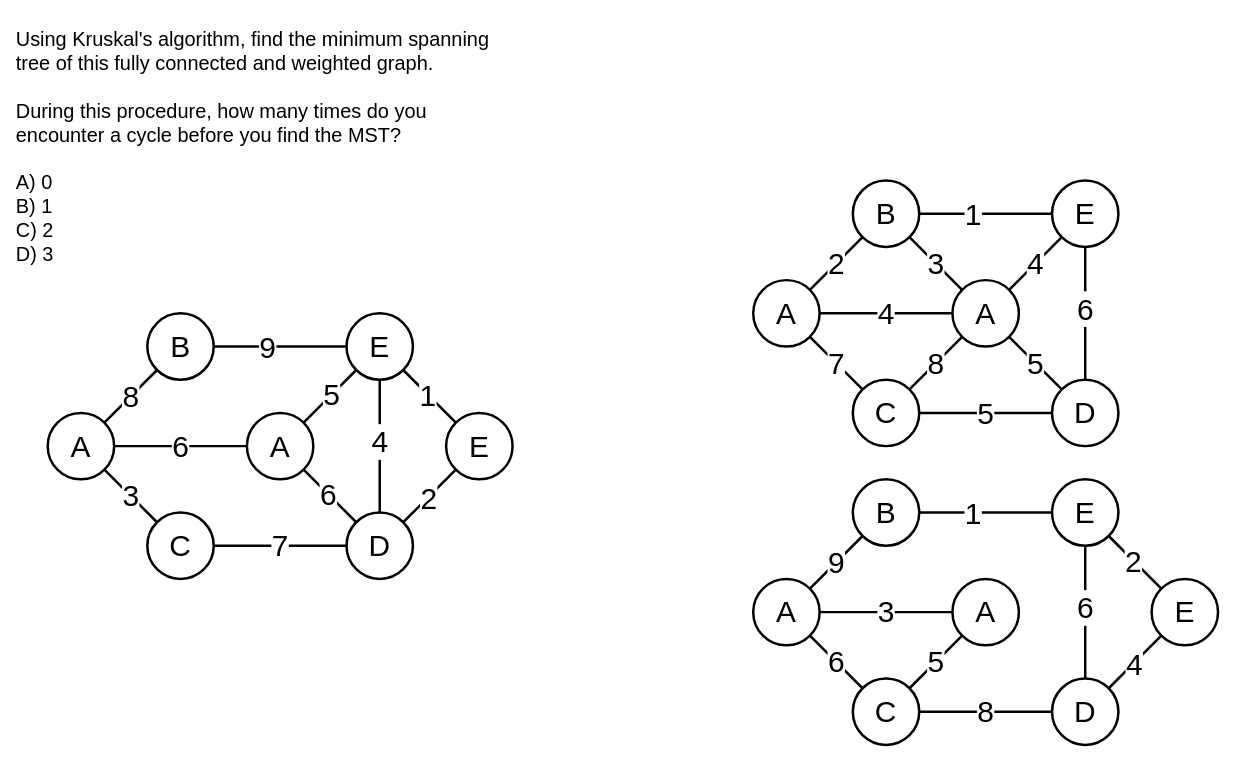
Earlier version of the draw.io diagram page "Page-2" (2 of 3) of comp2521-rev-dikjstra-q.drawio (Allynixtor/comp1511-23T3-revision-session). Source tidied: cells renumbered, new cells numbered last; positions are measured from the earlier drawing's top-left corner, leaving out a move shared by most shapes. Both pictures are drawn from the tidied source at 83%, with x=0, y=0 at pixel (14, 14).
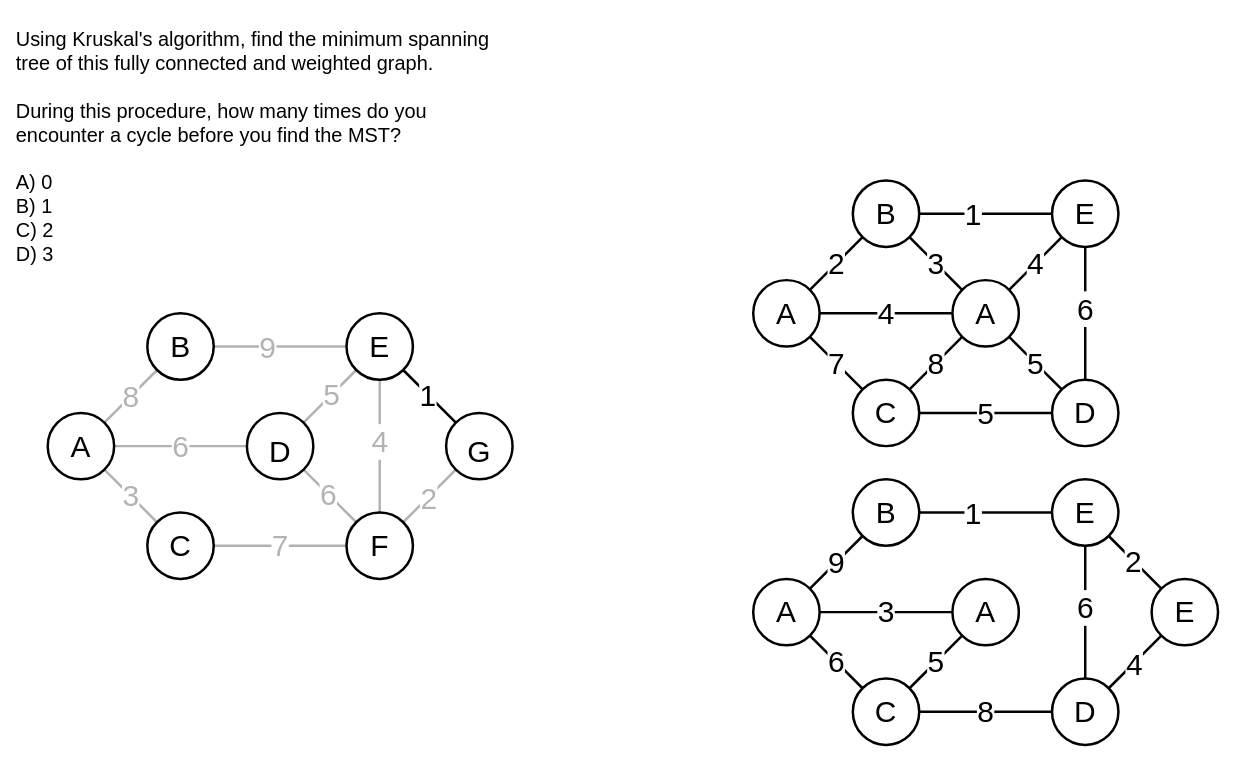
The same page after the edit.

Commit message:
update kruskal question

The change refers to these unchanged cells:
```xml
<mxCell id="41" value="&lt;font style=&quot;font-size: 36px;&quot;&gt;A&lt;/font&gt;" style="ellipse;whiteSpace=wrap;html=1;strokeWidth=3;" parent="1" vertex="1">
  <mxGeometry x="40" y="480" width="80" height="80" as="geometry" />
</mxCell>
<mxCell id="42" value="&lt;font style=&quot;font-size: 36px;&quot;&gt;B&lt;/font&gt;" style="ellipse;whiteSpace=wrap;html=1;strokeWidth=3;" parent="1" vertex="1">
  <mxGeometry x="160" y="360" width="80" height="80" as="geometry" />
</mxCell>
<mxCell id="43" value="&lt;font style=&quot;font-size: 36px;&quot;&gt;E&lt;/font&gt;" style="ellipse;whiteSpace=wrap;html=1;strokeWidth=3;" parent="1" vertex="1">
  <mxGeometry x="400" y="360" width="80" height="80" as="geometry" />
</mxCell>
<mxCell id="44" value="&lt;div&gt;&lt;font style=&quot;font-size: 36px;&quot;&gt;C&lt;/font&gt;&lt;/div&gt;" style="ellipse;whiteSpace=wrap;html=1;strokeWidth=3;" parent="1" vertex="1">
  <mxGeometry x="160" y="600" width="80" height="80" as="geometry" />
</mxCell>
```

Diff of the diagram source:
```diff
@@
-    <mxCell id="45" value="8" style="endArrow=none;html=1;rounded=0;fontSize=36;strokeWidth=3;exitX=1;exitY=0;exitDx=0;exitDy=0;entryX=0;entryY=1;entryDx=0;entryDy=0;endFill=0;startArrow=none;startFill=0;" parent="1" edge="1" source="41" target="42">
+    <mxCell id="45" value="&lt;font color=&quot;#B3B3B3&quot;&gt;8&lt;/font&gt;" style="endArrow=none;html=1;rounded=0;fontSize=36;strokeWidth=3;exitX=1;exitY=0;exitDx=0;exitDy=0;entryX=0;entryY=1;entryDx=0;entryDy=0;endFill=0;startArrow=none;startFill=0;opacity=30;" parent="1" edge="1" source="41" target="42">
       <mxGeometry relative="1" as="geometry" />
     </mxCell>
-    <mxCell id="46" style="endArrow=none;html=1;rounded=0;fontSize=36;exitX=1;exitY=0.5;exitDx=0;exitDy=0;entryX=0;entryY=0.5;entryDx=0;entryDy=0;strokeWidth=3;endFill=0;startArrow=none;startFill=0;" parent="1" edge="1" source="42" target="43">
+    <mxCell id="46" style="endArrow=none;html=1;rounded=0;fontSize=36;exitX=1;exitY=0.5;exitDx=0;exitDy=0;entryX=0;entryY=0.5;entryDx=0;entryDy=0;strokeWidth=3;endFill=0;startArrow=none;startFill=0;opacity=30;" parent="1" edge="1" source="42" target="43">
       <mxGeometry relative="1" as="geometry" />
     </mxCell>
-    <mxCell id="47" value="9" style="edgeLabel;html=1;align=center;verticalAlign=middle;fontSize=36;" parent="46" vertex="1">
+    <mxCell id="47" value="&lt;font color=&quot;#B3B3B3&quot;&gt;9&lt;/font&gt;" style="edgeLabel;html=1;align=center;verticalAlign=middle;fontSize=36;" parent="46" vertex="1">
       <mxGeometry x="-0.2" relative="1" as="geometry" />
     </mxCell>
-    <mxCell id="48" value="3" style="endArrow=none;html=1;rounded=0;fontSize=36;entryX=1;entryY=1;entryDx=0;entryDy=0;strokeWidth=3;exitX=0;exitY=0;exitDx=0;exitDy=0;startArrow=none;startFill=0;endFill=0;" parent="1" edge="1" source="44" target="41">
+    <mxCell id="48" value="&lt;font color=&quot;#B3B3B3&quot;&gt;3&lt;/font&gt;" style="endArrow=none;html=1;rounded=0;fontSize=36;entryX=1;entryY=1;entryDx=0;entryDy=0;strokeWidth=3;exitX=0;exitY=0;exitDx=0;exitDy=0;startArrow=none;startFill=0;endFill=0;opacity=30;" parent="1" edge="1" source="44" target="41">
       <mxGeometry relative="1" as="geometry" />
     </mxCell>
-    <mxCell id="49" value="&lt;font style=&quot;font-size: 36px;&quot;&gt;D&lt;/font&gt;" style="ellipse;whiteSpace=wrap;html=1;strokeWidth=3;" parent="1" vertex="1">
+    <mxCell id="49" value="&lt;font style=&quot;font-size: 36px;&quot;&gt;F&lt;/font&gt;" style="ellipse;whiteSpace=wrap;html=1;strokeWidth=3;" parent="1" vertex="1">
       <mxGeometry x="400" y="600" width="80" height="80" as="geometry" />
     </mxCell>
-    <mxCell id="50" style="endArrow=none;html=1;rounded=0;fontSize=36;entryX=0.5;entryY=1;entryDx=0;entryDy=0;strokeWidth=3;endFill=0;startArrow=none;startFill=0;exitX=0.5;exitY=0;exitDx=0;exitDy=0;" parent="1" edge="1" source="49" target="43">
+    <mxCell id="50" style="endArrow=none;html=1;rounded=0;fontSize=36;entryX=0.5;entryY=1;entryDx=0;entryDy=0;strokeWidth=3;endFill=0;startArrow=none;startFill=0;exitX=0.5;exitY=0;exitDx=0;exitDy=0;opacity=30;" parent="1" edge="1" source="49" target="43">
       <mxGeometry relative="1" as="geometry" />
     </mxCell>
-    <mxCell id="51" value="4" style="edgeLabel;html=1;align=center;verticalAlign=middle;fontSize=36;" parent="50" vertex="1">
+    <mxCell id="51" value="&lt;font color=&quot;#B3B3B3&quot;&gt;4&lt;/font&gt;" style="edgeLabel;html=1;align=center;verticalAlign=middle;fontSize=36;" parent="50" vertex="1">
       <mxGeometry x="0.07" y="1" relative="1" as="geometry" />
     </mxCell>
-    <mxCell id="52" value="&lt;font style=&quot;font-size: 36px;&quot;&gt;A&lt;/font&gt;" style="ellipse;whiteSpace=wrap;html=1;strokeWidth=3;" parent="1" vertex="1">
+    <mxCell id="52" value="&lt;br&gt;&lt;font style=&quot;font-size: 36px;&quot;&gt;D&lt;/font&gt;" style="ellipse;whiteSpace=wrap;html=1;strokeWidth=3;" parent="1" vertex="1">
       <mxGeometry x="280" y="480" width="80" height="80" as="geometry" />
     </mxCell>
-    <mxCell id="53" value="6" style="endArrow=none;html=1;rounded=0;fontSize=36;entryX=0;entryY=0.5;entryDx=0;entryDy=0;strokeWidth=3;exitX=1;exitY=0.5;exitDx=0;exitDy=0;startArrow=none;startFill=0;endFill=0;" parent="1" edge="1" source="41" target="52">
+    <mxCell id="53" value="&lt;font color=&quot;#B3B3B3&quot;&gt;6&lt;/font&gt;" style="endArrow=none;html=1;rounded=0;fontSize=36;entryX=0;entryY=0.5;entryDx=0;entryDy=0;strokeWidth=3;exitX=1;exitY=0.5;exitDx=0;exitDy=0;startArrow=none;startFill=0;endFill=0;opacity=30;" parent="1" edge="1" source="41" target="52">
       <mxGeometry relative="1" as="geometry" />
     </mxCell>
-    <mxCell id="54" value="&lt;font style=&quot;font-size: 36px;&quot;&gt;E&lt;/font&gt;" style="ellipse;whiteSpace=wrap;html=1;strokeWidth=3;" parent="1" vertex="1">
+    <mxCell id="54" value="&lt;br&gt;&lt;font style=&quot;font-size: 36px;&quot;&gt;G&lt;/font&gt;" style="ellipse;whiteSpace=wrap;html=1;strokeWidth=3;" parent="1" vertex="1">
       <mxGeometry x="520" y="480" width="80" height="80" as="geometry" />
     </mxCell>
@@
-    <mxCell id="57" style="endArrow=none;html=1;rounded=0;fontSize=36;entryX=1;entryY=0;entryDx=0;entryDy=0;strokeWidth=3;endFill=0;startArrow=none;startFill=0;exitX=0;exitY=1;exitDx=0;exitDy=0;" parent="1" edge="1" source="54" target="49">
+    <mxCell id="57" style="endArrow=none;html=1;rounded=0;fontSize=36;entryX=1;entryY=0;entryDx=0;entryDy=0;strokeWidth=3;endFill=0;startArrow=none;startFill=0;exitX=0;exitY=1;exitDx=0;exitDy=0;opacity=30;" parent="1" edge="1" source="54" target="49">
       <mxGeometry relative="1" as="geometry" />
     </mxCell>
-    <mxCell id="58" value="2" style="edgeLabel;html=1;align=center;verticalAlign=middle;fontSize=36;" parent="57" vertex="1">
+    <mxCell id="58" value="&lt;font color=&quot;#B3B3B3&quot;&gt;2&lt;/font&gt;" style="edgeLabel;html=1;align=center;verticalAlign=middle;fontSize=36;" parent="57" vertex="1">
       <mxGeometry x="0.07" y="1" relative="1" as="geometry" />
     </mxCell>
-    <mxCell id="59" value="7" style="endArrow=none;html=1;rounded=0;fontSize=36;entryX=0;entryY=0.5;entryDx=0;entryDy=0;strokeWidth=3;exitX=1;exitY=0.5;exitDx=0;exitDy=0;startArrow=none;startFill=0;endFill=0;" parent="1" edge="1" source="44" target="49">
+    <mxCell id="59" value="&lt;font color=&quot;#B3B3B3&quot;&gt;7&lt;/font&gt;" style="endArrow=none;html=1;rounded=0;fontSize=36;entryX=0;entryY=0.5;entryDx=0;entryDy=0;strokeWidth=3;exitX=1;exitY=0.5;exitDx=0;exitDy=0;startArrow=none;startFill=0;endFill=0;opacity=30;" parent="1" edge="1" source="44" target="49">
       <mxGeometry relative="1" as="geometry" />
     </mxCell>
-    <mxCell id="60" style="endArrow=none;html=1;rounded=0;fontSize=36;entryX=0;entryY=1;entryDx=0;entryDy=0;strokeWidth=3;endFill=0;startArrow=none;startFill=0;exitX=1;exitY=0;exitDx=0;exitDy=0;" parent="1" edge="1" source="52" target="43">
+    <mxCell id="60" style="endArrow=none;html=1;rounded=0;fontSize=36;entryX=0;entryY=1;entryDx=0;entryDy=0;strokeWidth=3;endFill=0;startArrow=none;startFill=0;exitX=1;exitY=0;exitDx=0;exitDy=0;opacity=30;" parent="1" edge="1" source="52" target="43">
       <mxGeometry relative="1" as="geometry" />
     </mxCell>
-    <mxCell id="61" value="5" style="edgeLabel;html=1;align=center;verticalAlign=middle;fontSize=36;" parent="60" vertex="1">
+    <mxCell id="61" value="&lt;font color=&quot;#B3B3B3&quot;&gt;5&lt;/font&gt;" style="edgeLabel;html=1;align=center;verticalAlign=middle;fontSize=36;" parent="60" vertex="1">
       <mxGeometry x="0.07" y="1" relative="1" as="geometry" />
     </mxCell>
-    <mxCell id="62" style="endArrow=none;html=1;rounded=0;fontSize=36;entryX=1;entryY=1;entryDx=0;entryDy=0;strokeWidth=3;endFill=0;startArrow=none;startFill=0;exitX=0;exitY=0;exitDx=0;exitDy=0;" parent="1" edge="1" source="49" target="52">
+    <mxCell id="62" style="endArrow=none;html=1;rounded=0;fontSize=36;entryX=1;entryY=1;entryDx=0;entryDy=0;strokeWidth=3;endFill=0;startArrow=none;startFill=0;exitX=0;exitY=0;exitDx=0;exitDy=0;opacity=30;" parent="1" edge="1" source="49" target="52">
       <mxGeometry relative="1" as="geometry" />
     </mxCell>
-    <mxCell id="63" value="6" style="edgeLabel;html=1;align=center;verticalAlign=middle;fontSize=36;" parent="62" vertex="1">
+    <mxCell id="63" value="&lt;font color=&quot;#B3B3B3&quot;&gt;6&lt;/font&gt;" style="edgeLabel;html=1;align=center;verticalAlign=middle;fontSize=36;" parent="62" vertex="1">
       <mxGeometry x="0.07" y="1" relative="1" as="geometry" />
     </mxCell>
```
